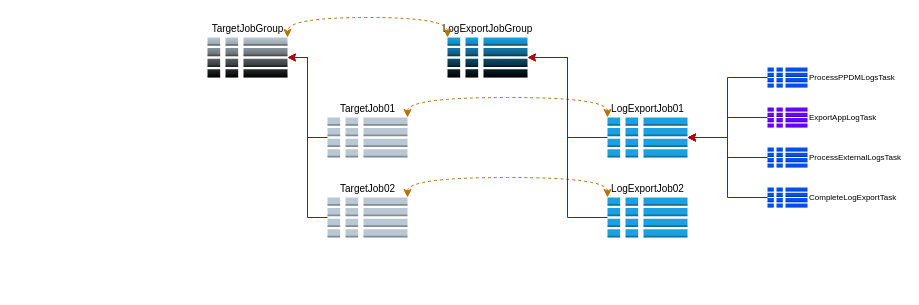
Earlier version of the draw.io diagram page "LogExportActivities" (12 of 12) of st/Log.drawio (gaivin/drawio). Source tidied: cells renumbered, new cells numbered last; positions are measured from the earlier drawing's top-left corner, leaving out a move shared by most shapes. Both pictures are drawn from the tidied source at 100%, with x=0, y=0 at pixel (207, 37).
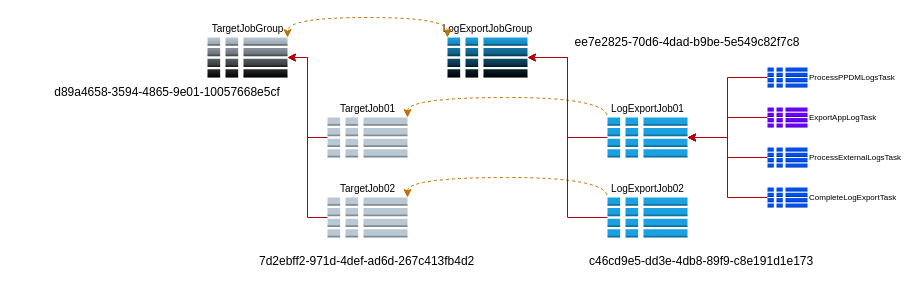
The same page after the edit.

The change refers to these unchanged cells:
```xml
<mxCell id="8" value="TargetJob01" style="outlineConnect=0;dashed=0;verticalLabelPosition=top;verticalAlign=bottom;align=center;html=1;shape=mxgraph.aws3.global_secondary_index;fillColor=#bac8d3;fontSize=10;strokeColor=#23445d;points=[[0,0,0,0,0],[0,0.5,0,0,0],[0,1,0,0,0],[0.33,0,0,0,0],[0.33,1,0,0,0],[0.5,0,0,0,0],[0.5,1,0,0,0],[0.67,0,0,0,0],[0.67,1,0,0,0],[1,0,0,0,0],[1,0.5,0,0,0],[1,1,0,0,0]];labelPosition=center;" parent="1" vertex="1">
  <mxGeometry x="120" y="80" width="80" height="40" as="geometry" />
</mxCell>
<mxCell id="10" value="TargetJob02" style="outlineConnect=0;dashed=0;verticalLabelPosition=top;verticalAlign=bottom;align=center;html=1;shape=mxgraph.aws3.global_secondary_index;fillColor=#bac8d3;fontSize=10;strokeColor=#23445d;points=[[0,0,0,0,0],[0,0.5,0,0,0],[0,1,0,0,0],[0.33,0,0,0,0],[0.33,1,0,0,0],[0.5,0,0,0,0],[0.5,1,0,0,0],[0.67,0,0,0,0],[0.67,1,0,0,0],[1,0,0,0,0],[1,0.5,0,0,0],[1,1,0,0,0]];labelPosition=center;" parent="1" vertex="1">
  <mxGeometry x="120" y="160" width="80" height="40" as="geometry" />
</mxCell>
<mxCell id="11" value="LogExportJob01" style="outlineConnect=0;dashed=0;verticalLabelPosition=top;verticalAlign=bottom;align=center;html=1;shape=mxgraph.aws3.global_secondary_index;fillColor=#1ba1e2;fontSize=10;strokeColor=#006EAF;fontColor=#000000;points=[[0,0,0,0,0],[0,0.5,0,0,0],[0,1,0,0,0],[0.33,0,0,0,0],[0.33,1,0,0,0],[0.5,0,0,0,0],[0.5,1,0,0,0],[0.67,1,0,0,0],[0.68,0,0,0,0],[1,0,0,0,0],[1,0.5,0,0,0],[1,1,0,0,0]];labelPosition=center;" parent="1" vertex="1">
  <mxGeometry x="400" y="80" width="80" height="40" as="geometry" />
</mxCell>
<mxCell id="12" value="LogExportJob02" style="outlineConnect=0;dashed=0;verticalLabelPosition=top;verticalAlign=bottom;align=center;html=1;shape=mxgraph.aws3.global_secondary_index;fillColor=#1ba1e2;fontSize=10;strokeColor=#006EAF;fontColor=#000000;points=[[0,0,0,0,0],[0,0.5,0,0,0],[0,1,0,0,0],[0.33,0,0,0,0],[0.33,1,0,0,0],[0.5,0,0,0,0],[0.5,1,0,0,0],[0.67,1,0,0,0],[0.68,0,0,0,0],[1,0,0,0,0],[1,0.5,0,0,0],[1,1,0,0,0]];labelPosition=center;" parent="1" vertex="1">
  <mxGeometry x="400" y="160" width="80" height="40" as="geometry" />
</mxCell>
```

The edit, as a diff of the source:
```diff
@@
-    <mxCell id="2" style="edgeStyle=orthogonalEdgeStyle;rounded=0;jettySize=auto;html=1;exitX=1;exitY=0;exitDx=0;exitDy=0;exitPerimeter=0;entryX=0;entryY=0;entryDx=0;entryDy=0;entryPerimeter=0;curved=1;startArrow=classic;startFill=1;dashed=1;fontSize=10;fillColor=#f0a30a;strokeColor=#BD7000;" parent="1" edge="1" source="8" target="11">
+    <mxCell id="2" style="edgeStyle=orthogonalEdgeStyle;rounded=0;jettySize=auto;html=1;exitX=1;exitY=0;exitDx=0;exitDy=0;exitPerimeter=0;entryX=0;entryY=0;entryDx=0;entryDy=0;entryPerimeter=0;curved=1;startArrow=classic;startFill=1;dashed=1;fontSize=10;fillColor=#f0a30a;strokeColor=#BD7000;endArrow=none;endFill=0;" parent="1" edge="1" source="8" target="11">
       <mxGeometry relative="1" as="geometry" />
     </mxCell>
-    <mxCell id="3" style="edgeStyle=orthogonalEdgeStyle;rounded=0;jettySize=auto;html=1;exitX=1;exitY=0;exitDx=0;exitDy=0;exitPerimeter=0;entryX=0;entryY=0;entryDx=0;entryDy=0;entryPerimeter=0;curved=1;dashed=1;startArrow=classic;startFill=1;fontSize=10;fillColor=#f0a30a;strokeColor=#BD7000;" parent="1" edge="1" source="10" target="12">
+    <mxCell id="3" style="edgeStyle=orthogonalEdgeStyle;rounded=0;jettySize=auto;html=1;exitX=1;exitY=0;exitDx=0;exitDy=0;exitPerimeter=0;entryX=0;entryY=0;entryDx=0;entryDy=0;entryPerimeter=0;curved=1;dashed=1;startArrow=classic;startFill=1;fontSize=10;fillColor=#f0a30a;strokeColor=#BD7000;endArrow=none;endFill=0;" parent="1" edge="1" source="10" target="12">
       <mxGeometry relative="1" as="geometry" />
     </mxCell>
@@
+    <mxCell id="23" value="ee7e2825-70d6-4dad-b9be-5e549c82f7c8" style="text;html=1;align=center;verticalAlign=middle;whiteSpace=wrap;rounded=0;" parent="1" vertex="1">
+      <mxGeometry x="330" y="-10" width="300" height="30" as="geometry" />
+    </mxCell>
+    <mxCell id="24" value="d89a4658-3594-4865-9e01-10057668e5cf" style="text;html=1;align=center;verticalAlign=middle;whiteSpace=wrap;rounded=0;" parent="1" vertex="1">
+      <mxGeometry x="-190" y="40" width="300" height="30" as="geometry" />
+    </mxCell>
+    <mxCell id="25" value="c46cd9e5-dd3e-4db8-89f9-c8e191d1e173" style="text;whiteSpace=wrap;" parent="1" vertex="1">
+      <mxGeometry x="380" y="210" width="260" height="30" as="geometry" />
+    </mxCell>
+    <mxCell id="26" value="7d2ebff2-971d-4def-ad6d-267c413fb4d2" style="text;whiteSpace=wrap;" parent="1" vertex="1">
+      <mxGeometry x="50" y="210" width="250" height="40" as="geometry" />
+    </mxCell>
```
